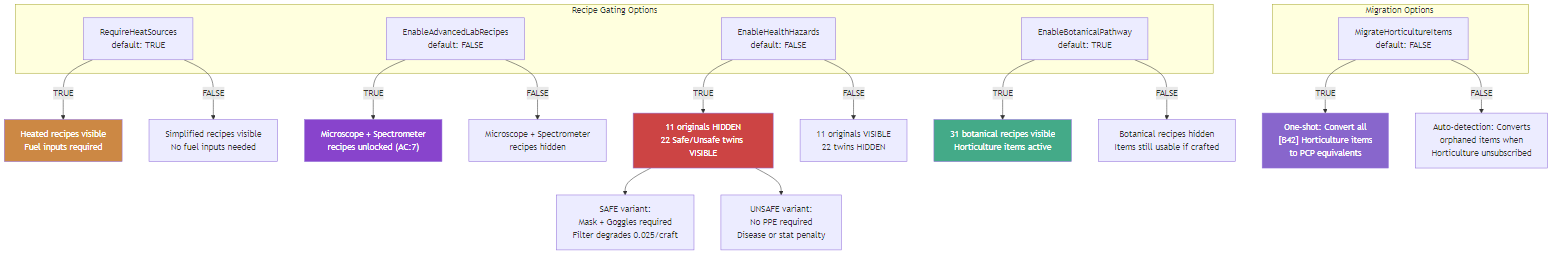
Before: docs/images/sandbox-recipe-gating.png, a diagram exported from Mermaid (phobos-dthorga/mod-pz-chemistry-pathways). Its source is kept beside it as docs/mermaid-src/sandbox-recipe-gating.mmd.
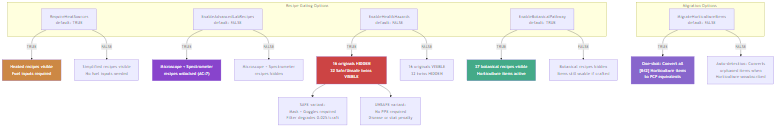
The same diagram one commit later.

Diff of the diagram source:
```diff
@@ -12,10 +12,10 @@
     S2 -->|"TRUE"| A_ON["Microscope + Spectrometer<br/>recipes unlocked (AC:7)"]
     S2 -->|"FALSE"| A_OFF["Microscope + Spectrometer<br/>recipes hidden"]
 
-    S3 -->|"TRUE"| Z_ON["11 originals HIDDEN<br/>22 Safe/Unsafe twins VISIBLE"]
-    S3 -->|"FALSE"| Z_OFF["11 originals VISIBLE<br/>22 twins HIDDEN"]
+    S3 -->|"TRUE"| Z_ON["16 originals HIDDEN<br/>32 Safe/Unsafe twins VISIBLE"]
+    S3 -->|"FALSE"| Z_OFF["16 originals VISIBLE<br/>32 twins HIDDEN"]
 
-    S4 -->|"TRUE"| B_ON["31 botanical recipes visible<br/>Horticulture items active"]
+    S4 -->|"TRUE"| B_ON["37 botanical recipes visible<br/>Horticulture items active"]
     S4 -->|"FALSE"| B_OFF["Botanical recipes hidden<br/>Items still usable if crafted"]
 
     Z_ON --> SAFE["SAFE variant:<br/>Mask + Goggles required<br/>Filter degrades 0.025/craft"]
```
